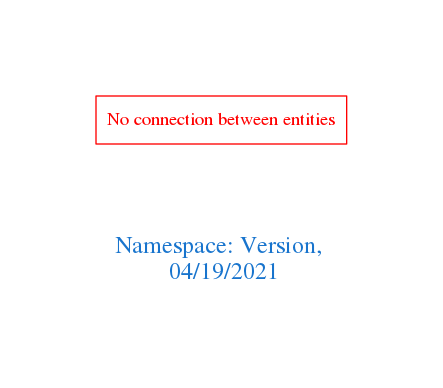
This is downloads/Version.png from arago/OGIT, a Graphviz export, as it was before one commit. Its source is kept beside it as downloads/Version.dot.
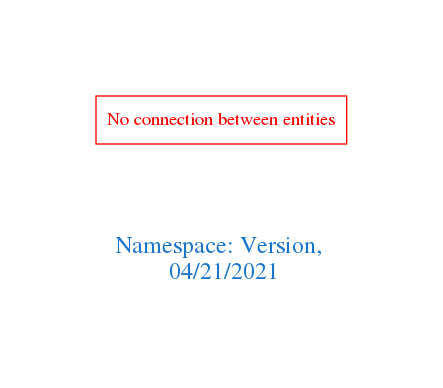
The same file after the commit.

Diff of the diagram source:
```diff
@@ -1,7 +1,7 @@
 digraph OGIT_ontology {
  graph [ rankdir= LR,pad=1
 fontsize = 18,
-fontcolor= dodgerblue3,label = "\n\n\nNamespace: Version, \n 04/19/2021"];
+fontcolor= dodgerblue3,label = "\n\n\nNamespace: Version, \n 04/21/2021"];
 node[shape=polygon];
 edge [  color="gray81"];
 
```
